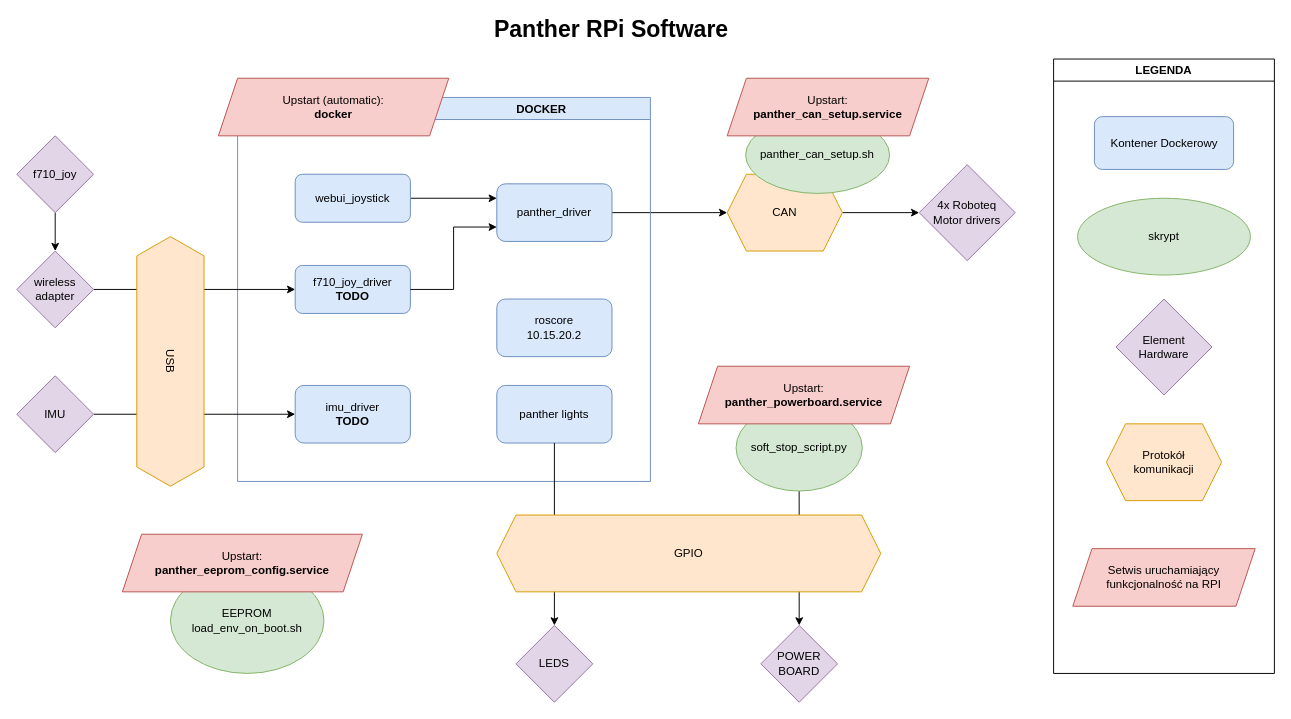
Earlier version of the draw.io diagram docs/drawio/panther_docker_setup.drawio (husarion/panther_driver). Source tidied: cells renumbered, new cells numbered last; positions are measured from the earlier drawing's top-left corner, leaving out a move shared by most shapes. Both pictures are drawn from the tidied source at 96%, with x=0, y=0 at pixel (16, 20).
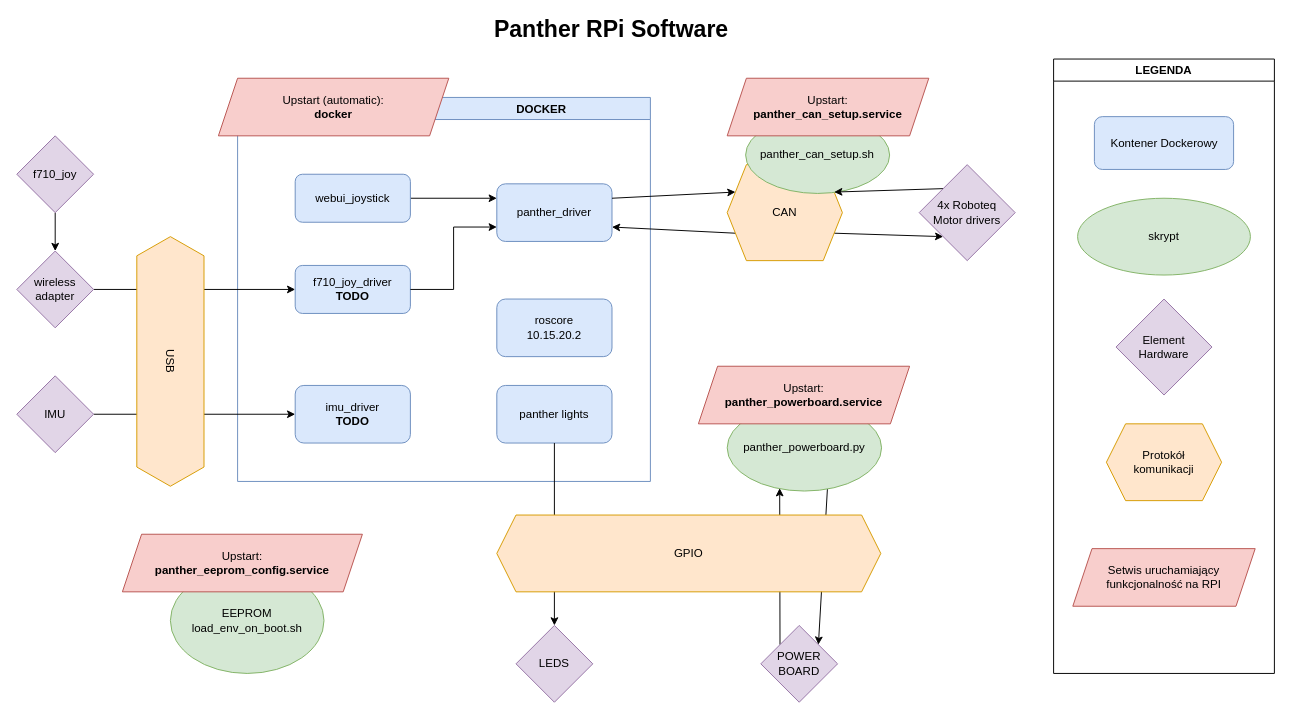
After the change.

The change refers to these unchanged cells:
```xml
<mxCell id="9" value="&lt;div&gt;panther_driver&lt;br&gt;&lt;/div&gt;" style="rounded=1;whiteSpace=wrap;html=1;fillColor=#dae8fc;strokeColor=#6c8ebf;" parent="3" vertex="1">
  <mxGeometry x="270" y="90" width="120" height="60" as="geometry" />
</mxCell>
<mxCell id="13" value="POWER&lt;br&gt;BOARD" style="rhombus;whiteSpace=wrap;html=1;fillColor=#e1d5e7;strokeColor=#9673a6;" parent="1" vertex="1">
  <mxGeometry x="775" y="630" width="80" height="80" as="geometry" />
</mxCell>
<mxCell id="35" value="4x Roboteq&lt;br&gt;Motor drivers" style="rhombus;whiteSpace=wrap;html=1;fillColor=#e1d5e7;strokeColor=#9673a6;" parent="1" vertex="1">
  <mxGeometry x="940" y="150" width="100" height="100" as="geometry" />
</mxCell>
```

Diff of the diagram source:
```diff
@@
-    <mxCell id="2" style="edgeStyle=none;html=1;entryX=0;entryY=0.5;entryDx=0;entryDy=0;" parent="1" edge="1" source="9" target="32">
-      <mxGeometry relative="1" as="geometry" />
-    </mxCell>
@@
+    <mxCell id="41" style="edgeStyle=none;html=1;exitX=0;exitY=0;exitDx=0;exitDy=0;entryX=0.34;entryY=0.967;entryDx=0;entryDy=0;entryPerimeter=0;" parent="1" edge="1" source="13" target="15">
+      <mxGeometry relative="1" as="geometry" />
+    </mxCell>
@@
-    <mxCell id="14" style="edgeStyle=none;html=1;" parent="1" edge="1" source="15" target="13">
+    <mxCell id="14" style="edgeStyle=none;html=1;entryX=1;entryY=0;entryDx=0;entryDy=0;exitX=0.652;exitY=0.889;exitDx=0;exitDy=0;exitPerimeter=0;" parent="1" edge="1" source="15" target="13">
       <mxGeometry relative="1" as="geometry" />
     </mxCell>
-    <mxCell id="15" value="soft_stop_script.py" style="ellipse;whiteSpace=wrap;html=1;fillColor=#d5e8d4;strokeColor=#82b366;" parent="1" vertex="1">
-      <mxGeometry x="749.2" y="400" width="131.5" height="90" as="geometry" />
+    <mxCell id="15" value="panther_powerboard.py" style="ellipse;whiteSpace=wrap;html=1;fillColor=#d5e8d4;strokeColor=#82b366;" parent="1" vertex="1">
+      <mxGeometry x="740" y="400" width="160.8" height="90" as="geometry" />
     </mxCell>
@@
-    <mxCell id="31" style="edgeStyle=none;html=1;exitX=1;exitY=0.5;exitDx=0;exitDy=0;" parent="1" edge="1" source="32" target="35">
+    <mxCell id="31" style="edgeStyle=none;html=1;exitX=1;exitY=0.75;exitDx=0;exitDy=0;entryX=0;entryY=1;entryDx=0;entryDy=0;" parent="1" edge="1" source="32" target="35">
       <mxGeometry relative="1" as="geometry" />
     </mxCell>
+    <mxCell id="42" style="edgeStyle=none;html=1;exitX=0;exitY=0.75;exitDx=0;exitDy=0;entryX=1;entryY=0.75;entryDx=0;entryDy=0;" parent="1" edge="1" source="32" target="9">
+      <mxGeometry relative="1" as="geometry" />
+    </mxCell>
     <mxCell id="32" value="CAN" style="shape=hexagon;perimeter=hexagonPerimeter2;whiteSpace=wrap;html=1;fixedSize=1;rotation=0;fillColor=#ffe6cc;strokeColor=#d79b00;" parent="1" vertex="1">
-      <mxGeometry x="740" y="160" width="120" height="80" as="geometry" />
+      <mxGeometry x="740" y="150" width="120" height="100" as="geometry" />
     </mxCell>
@@
+    <mxCell id="43" style="edgeStyle=none;html=1;exitX=0;exitY=0;exitDx=0;exitDy=0;entryX=1;entryY=0.25;entryDx=0;entryDy=0;" parent="1" edge="1" source="35" target="32">
+      <mxGeometry relative="1" as="geometry" />
+    </mxCell>
@@
+    <mxCell id="2" style="edgeStyle=none;html=1;exitX=1;exitY=0.25;exitDx=0;exitDy=0;entryX=0;entryY=0.25;entryDx=0;entryDy=0;" parent="1" edge="1" source="9" target="32">
+      <mxGeometry relative="1" as="geometry" />
+    </mxCell>
```
